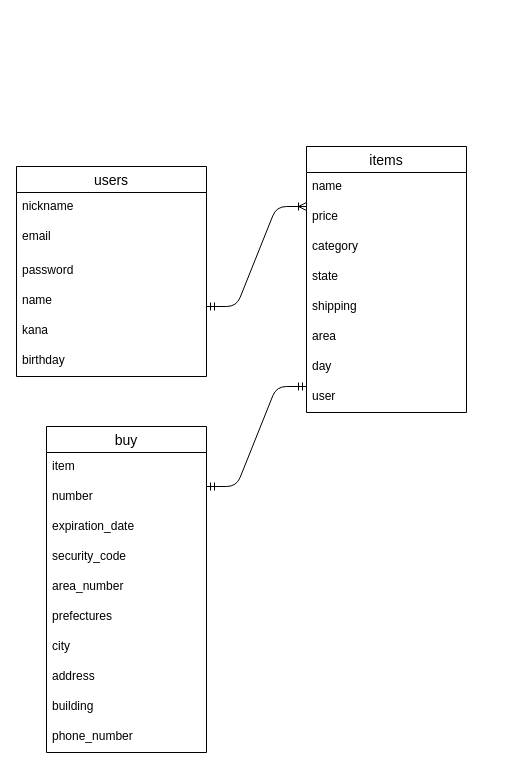
This is de.dio from yamashirory/furima-31574, a draw.io file, before an edit. Source tidied: cells renumbered, new cells numbered last; positions are measured from the earlier drawing's top-left corner, leaving out a move shared by most shapes. Both pictures are drawn from the tidied source at 100%, with x=0, y=0 at pixel (16, 146).
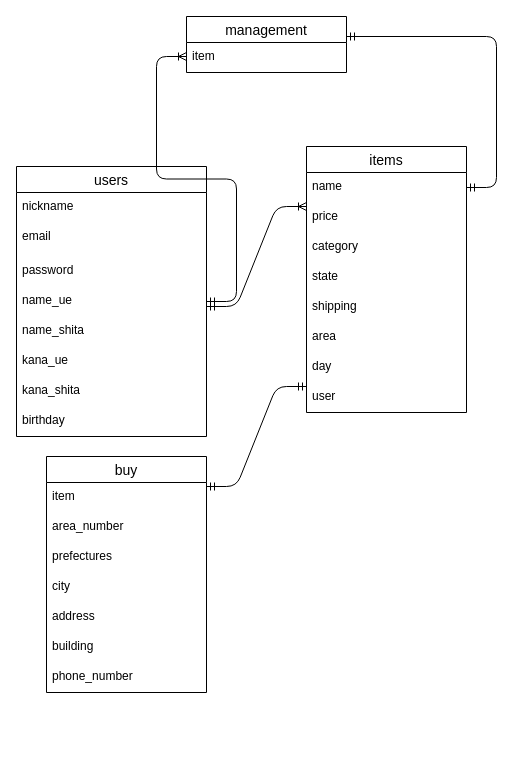
Above is the later version.

Unchanged cells that the change refers to:
```xml
<mxCell id="9" value="items" style="swimlane;fontStyle=0;horizontal=1;startSize=26;align=center;fontSize=14;" parent="1" vertex="1">
  <mxGeometry x="290" width="160" height="266" as="geometry" />
</mxCell>
<mxCell id="10" value="name" style="text;strokeColor=none;fillColor=none;spacingLeft=4;spacingRight=4;overflow=hidden;points=[[0,0.5],[1,0.5]];portConstraint=eastwest;fontSize=12;" parent="9" vertex="1">
  <mxGeometry y="26" width="160" height="30" as="geometry" />
</mxCell>
```

Change to the diagram source:
```diff
@@
     <mxCell id="2" value="users" style="swimlane;fontStyle=0;horizontal=1;startSize=26;align=center;fontSize=14;" parent="1" vertex="1">
-      <mxGeometry y="20" width="190" height="210" as="geometry" />
+      <mxGeometry y="20" width="190" height="270" as="geometry" />
     </mxCell>
@@
-    <mxCell id="6" value="name&#10;" style="text;strokeColor=none;fillColor=none;spacingLeft=4;spacingRight=4;overflow=hidden;fontSize=12;" parent="2" vertex="1">
+    <mxCell id="6" value="name_ue&#10;" style="text;strokeColor=none;fillColor=none;spacingLeft=4;spacingRight=4;overflow=hidden;fontSize=12;" parent="2" vertex="1">
       <mxGeometry y="120" width="190" height="30" as="geometry" />
     </mxCell>
+    <mxCell id="31" value="name_shita" style="text;strokeColor=none;fillColor=none;spacingLeft=4;spacingRight=4;overflow=hidden;fontSize=12;" parent="2" vertex="1">
+      <mxGeometry y="150" width="190" height="30" as="geometry" />
+    </mxCell>
-    <mxCell id="7" value="kana" style="text;strokeColor=none;fillColor=none;spacingLeft=4;spacingRight=4;overflow=hidden;fontSize=12;" parent="2" vertex="1">
-      <mxGeometry y="150" width="190" height="30" as="geometry" />
+    <mxCell id="7" value="kana_ue&#10;" style="text;strokeColor=none;fillColor=none;spacingLeft=4;spacingRight=4;overflow=hidden;fontSize=12;" parent="2" vertex="1">
+      <mxGeometry y="180" width="190" height="30" as="geometry" />
     </mxCell>
+    <mxCell id="32" value="kana_shita" style="text;strokeColor=none;fillColor=none;spacingLeft=4;spacingRight=4;overflow=hidden;fontSize=12;" parent="2" vertex="1">
+      <mxGeometry y="210" width="190" height="30" as="geometry" />
+    </mxCell>
     <mxCell id="8" value="birthday" style="text;strokeColor=none;fillColor=none;spacingLeft=4;spacingRight=4;overflow=hidden;fontSize=12;" parent="2" vertex="1">
-      <mxGeometry y="180" width="190" height="30" as="geometry" />
+      <mxGeometry y="240" width="190" height="30" as="geometry" />
     </mxCell>
@@
+    <mxCell id="33" style="edgeStyle=entityRelationEdgeStyle;fontSize=12;html=1;endArrow=ERmandOne;startArrow=ERmandOne;" parent="9" edge="1" target="10">
+      <mxGeometry relative="1" as="geometry">
+        <mxPoint x="40" y="-110" as="sourcePoint" />
+      </mxGeometry>
+    </mxCell>
@@
     <mxCell id="19" value="buy" style="swimlane;fontStyle=0;horizontal=1;startSize=26;align=center;fontSize=14;" parent="1" vertex="1">
-      <mxGeometry x="30" y="280" width="160" height="326" as="geometry" />
+      <mxGeometry x="30" y="310" width="160" height="236" as="geometry" />
     </mxCell>
@@
-    <mxCell id="21" value="number" style="text;strokeColor=none;fillColor=none;spacingLeft=4;spacingRight=4;overflow=hidden;fontSize=12;" parent="19" vertex="1">
-      <mxGeometry y="56" width="160" height="30" as="geometry" />
-    </mxCell>
-    <mxCell id="22" value="expiration_date" style="text;strokeColor=none;fillColor=none;spacingLeft=4;spacingRight=4;overflow=hidden;fontSize=12;" parent="19" vertex="1">
-      <mxGeometry y="86" width="160" height="30" as="geometry" />
-    </mxCell>
-    <mxCell id="23" value="security_code" style="text;strokeColor=none;fillColor=none;spacingLeft=4;spacingRight=4;overflow=hidden;fontSize=12;" parent="19" vertex="1">
-      <mxGeometry y="116" width="160" height="30" as="geometry" />
-    </mxCell>
     <mxCell id="24" value="area_number" style="text;strokeColor=none;fillColor=none;spacingLeft=4;spacingRight=4;overflow=hidden;fontSize=12;" parent="19" vertex="1">
-      <mxGeometry y="146" width="160" height="30" as="geometry" />
+      <mxGeometry y="56" width="160" height="30" as="geometry" />
     </mxCell>
     <mxCell id="25" value="prefectures" style="text;strokeColor=none;fillColor=none;spacingLeft=4;spacingRight=4;overflow=hidden;fontSize=12;" parent="19" vertex="1">
-      <mxGeometry y="176" width="160" height="30" as="geometry" />
+      <mxGeometry y="86" width="160" height="30" as="geometry" />
     </mxCell>
     <mxCell id="26" value="city" style="text;strokeColor=none;fillColor=none;spacingLeft=4;spacingRight=4;overflow=hidden;fontSize=12;" parent="19" vertex="1">
-      <mxGeometry y="206" width="160" height="30" as="geometry" />
+      <mxGeometry y="116" width="160" height="30" as="geometry" />
     </mxCell>
     <mxCell id="27" value="address" style="text;strokeColor=none;fillColor=none;spacingLeft=4;spacingRight=4;overflow=hidden;fontSize=12;" parent="19" vertex="1">
-      <mxGeometry y="236" width="160" height="30" as="geometry" />
+      <mxGeometry y="146" width="160" height="30" as="geometry" />
     </mxCell>
     <mxCell id="28" value="building" style="text;strokeColor=none;fillColor=none;spacingLeft=4;spacingRight=4;overflow=hidden;fontSize=12;" parent="19" vertex="1">
-      <mxGeometry y="266" width="160" height="30" as="geometry" />
+      <mxGeometry y="176" width="160" height="30" as="geometry" />
     </mxCell>
     <mxCell id="29" value="phone_number" style="text;strokeColor=none;fillColor=none;spacingLeft=4;spacingRight=4;overflow=hidden;fontSize=12;" parent="19" vertex="1">
-      <mxGeometry y="296" width="160" height="30" as="geometry" />
+      <mxGeometry y="206" width="160" height="30" as="geometry" />
     </mxCell>
@@
+    <mxCell id="34" value="management" style="swimlane;fontStyle=0;horizontal=1;startSize=26;align=center;fontSize=14;" parent="1" vertex="1">
+      <mxGeometry x="170" y="-130" width="160" height="56" as="geometry" />
+    </mxCell>
+    <mxCell id="35" value="item" style="text;strokeColor=none;fillColor=none;spacingLeft=4;spacingRight=4;overflow=hidden;fontSize=12;" parent="34" vertex="1">
+      <mxGeometry y="26" width="160" height="30" as="geometry" />
+    </mxCell>
+    <mxCell id="36" style="edgeStyle=entityRelationEdgeStyle;fontSize=12;html=1;endArrow=ERoneToMany;startArrow=ERmandOne;" parent="1" edge="1" source="2">
+      <mxGeometry relative="1" as="geometry">
+        <mxPoint x="170" y="-90" as="targetPoint" />
+      </mxGeometry>
+    </mxCell>
```
